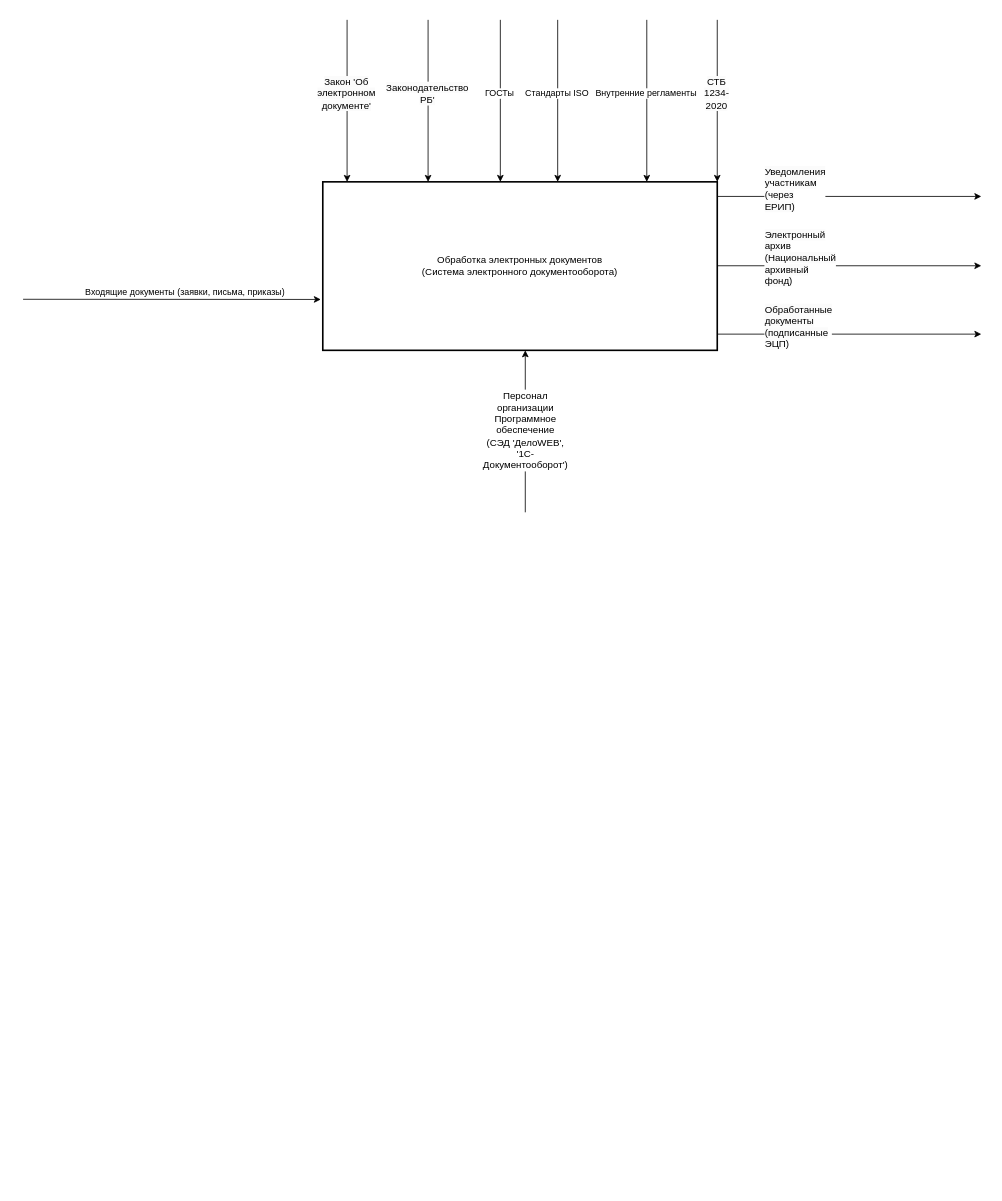
Before: page "Контекстная диаграмма IDEF0" (1 of 4) of ТППО.drawio in KsushaKhadzhinova/diagrams, a draw.io diagram. Source tidied: cells renumbered, new cells numbered last; positions are measured from the earlier drawing's top-left corner, leaving out a move shared by most shapes. Both pictures are drawn from the tidied source at 81%, with x=0, y=0 at pixel (23, 19).
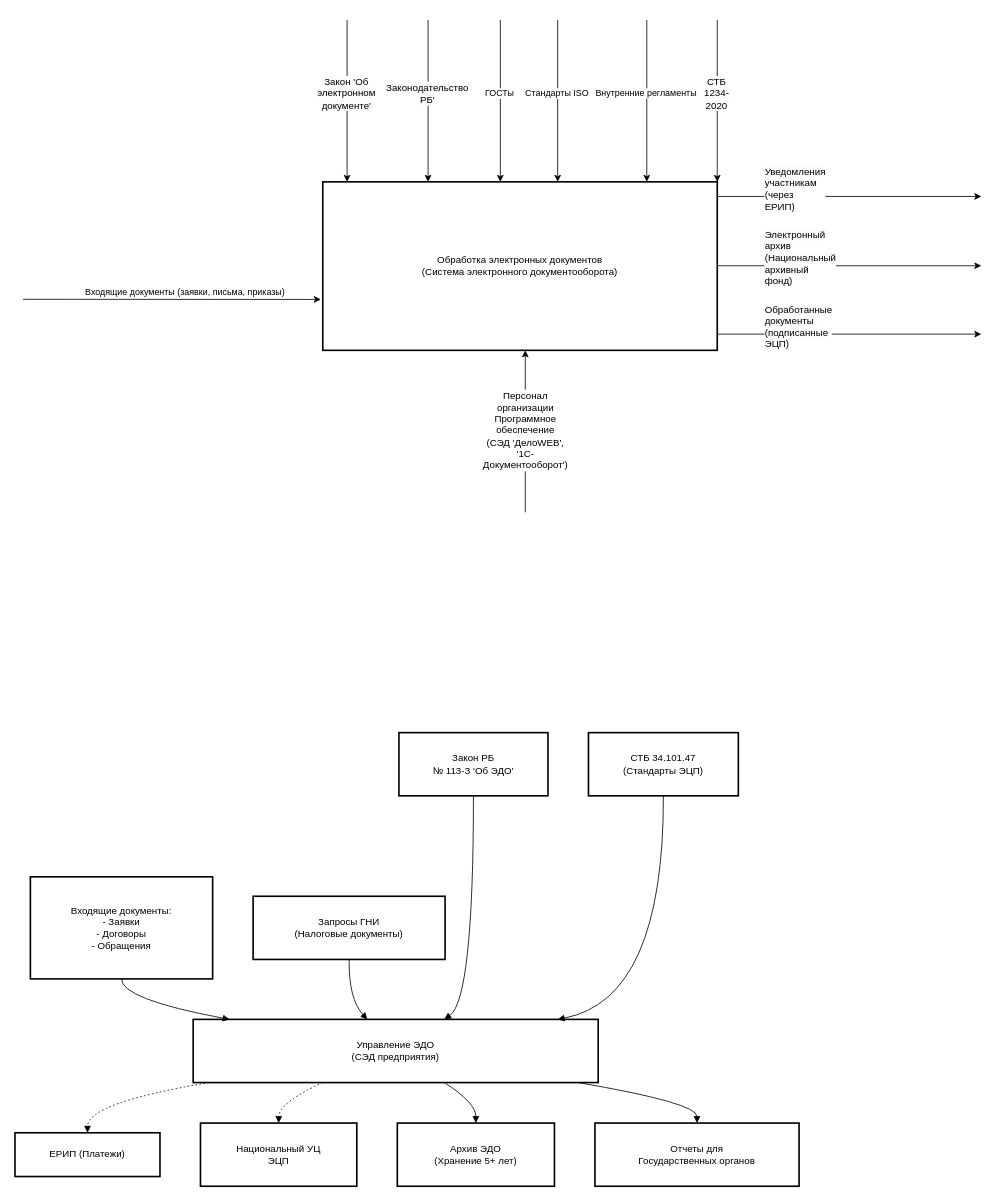
The same page after the edit.

Diff of the diagram source:
```diff
@@
+    <mxCell id="25" value="Управление ЭДО&#10;(СЭД предприятия)" style="whiteSpace=wrap;strokeWidth=2;" parent="1" vertex="1">
+      <mxGeometry x="210" y="1234" width="500" height="78" as="geometry" />
+    </mxCell>
+    <mxCell id="26" value="Входящие документы:&#10;- Заявки&#10;- Договоры&#10;- Обращения" style="whiteSpace=wrap;strokeWidth=2;" parent="1" vertex="1">
+      <mxGeometry x="9" y="1058" width="225" height="126" as="geometry" />
+    </mxCell>
+    <mxCell id="27" value="Запросы ГНИ&#10;(Налоговые документы)" style="whiteSpace=wrap;strokeWidth=2;" parent="1" vertex="1">
+      <mxGeometry x="284" y="1082" width="237" height="78" as="geometry" />
+    </mxCell>
+    <mxCell id="28" value="Закон РБ&#10;№ 113-З 'Об ЭДО'" style="whiteSpace=wrap;strokeWidth=2;" parent="1" vertex="1">
+      <mxGeometry x="464" y="880" width="184" height="78" as="geometry" />
+    </mxCell>
+    <mxCell id="29" value="СТБ 34.101.47&#10;(Стандарты ЭЦП)" style="whiteSpace=wrap;strokeWidth=2;" parent="1" vertex="1">
+      <mxGeometry x="698" y="880" width="185" height="78" as="geometry" />
+    </mxCell>
+    <mxCell id="30" value="ЕРИП (Платежи)" style="whiteSpace=wrap;strokeWidth=2;" parent="1" vertex="1">
+      <mxGeometry x="-10" y="1374" width="179" height="54" as="geometry" />
+    </mxCell>
+    <mxCell id="31" value="Национальный УЦ&#10;ЭЦП" style="whiteSpace=wrap;strokeWidth=2;" parent="1" vertex="1">
+      <mxGeometry x="219" y="1362" width="193" height="78" as="geometry" />
+    </mxCell>
+    <mxCell id="32" value="Архив ЭДО&#10;(Хранение 5+ лет)" style="whiteSpace=wrap;strokeWidth=2;" parent="1" vertex="1">
+      <mxGeometry x="462" y="1362" width="194" height="78" as="geometry" />
+    </mxCell>
+    <mxCell id="33" value="Отчеты для&#10;Государственных органов" style="whiteSpace=wrap;strokeWidth=2;" parent="1" vertex="1">
+      <mxGeometry x="706" y="1362" width="252" height="78" as="geometry" />
+    </mxCell>
+    <mxCell id="34" style="curved=1;startArrow=none;endArrow=block;exitX=0.5;exitY=1;entryX=0.09;entryY=0;rounded=0;" parent="1" edge="1" source="26" target="25">
+      <mxGeometry relative="1" as="geometry">
+        <Array as="points">
+          <mxPoint x="121" y="1209" />
+        </Array>
+      </mxGeometry>
+    </mxCell>
+    <mxCell id="35" style="curved=1;startArrow=none;endArrow=block;exitX=0.5;exitY=1;entryX=0.43;entryY=0;rounded=0;" parent="1" edge="1" source="27" target="25">
+      <mxGeometry relative="1" as="geometry">
+        <Array as="points">
+          <mxPoint x="402" y="1209" />
+        </Array>
+      </mxGeometry>
+    </mxCell>
+    <mxCell id="36" style="curved=1;startArrow=none;endArrow=block;exitX=0.5;exitY=1;entryX=0.62;entryY=0;rounded=0;" parent="1" edge="1" source="28" target="25">
+      <mxGeometry relative="1" as="geometry">
+        <Array as="points">
+          <mxPoint x="556" y="1209" />
+        </Array>
+      </mxGeometry>
+    </mxCell>
+    <mxCell id="37" style="curved=1;startArrow=none;endArrow=block;exitX=0.5;exitY=1;entryX=0.9;entryY=0;rounded=0;" parent="1" edge="1" source="29" target="25">
+      <mxGeometry relative="1" as="geometry">
+        <Array as="points">
+          <mxPoint x="791" y="1209" />
+        </Array>
+      </mxGeometry>
+    </mxCell>
+    <mxCell id="38" style="curved=1;dashed=1;dashPattern=2 3;startArrow=none;endArrow=block;exitX=0.04;exitY=1;entryX=0.5;entryY=0;rounded=0;" parent="1" edge="1" source="25" target="30">
+      <mxGeometry relative="1" as="geometry">
+        <Array as="points">
+          <mxPoint x="80" y="1337" />
+        </Array>
+      </mxGeometry>
+    </mxCell>
+    <mxCell id="39" style="curved=1;dashed=1;dashPattern=2 3;startArrow=none;endArrow=block;exitX=0.32;exitY=1;entryX=0.5;entryY=0;rounded=0;" parent="1" edge="1" source="25" target="31">
+      <mxGeometry relative="1" as="geometry">
+        <Array as="points">
+          <mxPoint x="316" y="1337" />
+        </Array>
+      </mxGeometry>
+    </mxCell>
+    <mxCell id="40" style="curved=1;startArrow=none;endArrow=block;exitX=0.62;exitY=1;entryX=0.5;entryY=0;rounded=0;" parent="1" edge="1" source="25" target="32">
+      <mxGeometry relative="1" as="geometry">
+        <Array as="points">
+          <mxPoint x="559" y="1337" />
+        </Array>
+      </mxGeometry>
+    </mxCell>
+    <mxCell id="41" style="curved=1;startArrow=none;endArrow=block;exitX=0.95;exitY=1;entryX=0.5;entryY=0;rounded=0;" parent="1" edge="1" source="25" target="33">
+      <mxGeometry relative="1" as="geometry">
+        <Array as="points">
+          <mxPoint x="832" y="1337" />
+        </Array>
+      </mxGeometry>
+    </mxCell>
```
